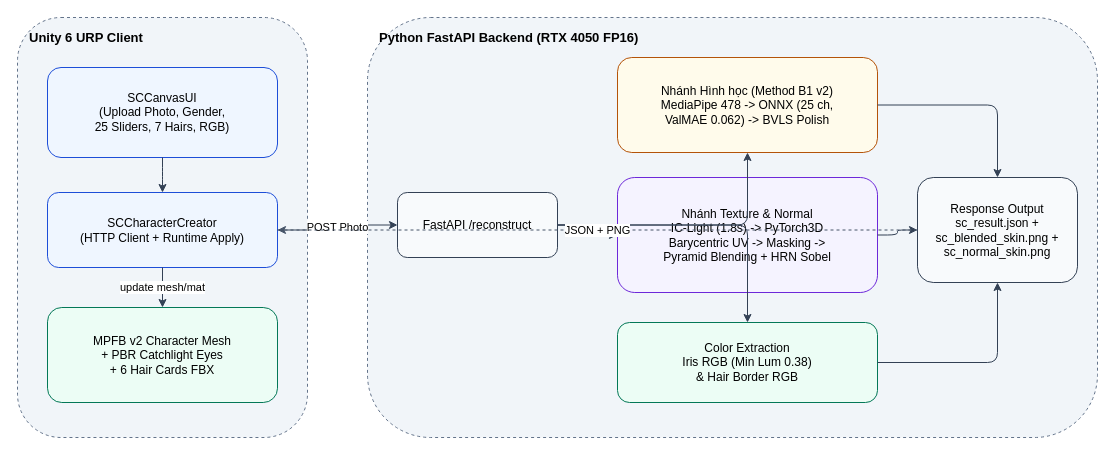
Above: Diagrams/drawio/10_pipeline_smart_customization.drawio in ThienVan1208/DACN-261-Report (draw.io), before the change. Source tidied: cells renumbered, new cells numbered last; positions are measured from the earlier drawing's top-left corner, leaving out a move shared by most shapes. Both pictures are drawn from the tidied source at 100%, with x=0, y=0 at pixel (17, 17).
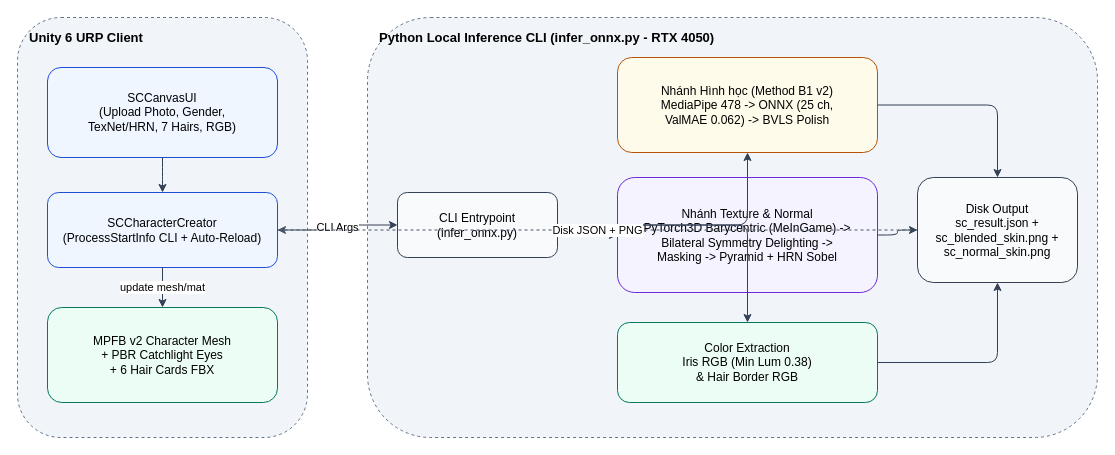
The same page after the edit.

Diff of the diagram source:
```diff
@@
-    <mxCell id="3" value="Python FastAPI Backend (RTX 4050 FP16)" style="rounded=1;whiteSpace=wrap;html=1;verticalAlign=top;align=left;spacingLeft=10;spacingTop=6;fontStyle=1;fillColor=#f1f5f9;strokeColor=#64748b;dashed=1;fontSize=13;" parent="1" vertex="1">
+    <mxCell id="3" value="Python Local Inference CLI (infer_onnx.py - RTX 4050)" style="rounded=1;whiteSpace=wrap;html=1;verticalAlign=top;align=left;spacingLeft=10;spacingTop=6;fontStyle=1;fillColor=#f1f5f9;strokeColor=#64748b;dashed=1;fontSize=13;" parent="1" vertex="1">
       <mxGeometry x="350" width="730" height="420" as="geometry" />
     </mxCell>
-    <mxCell id="4" value="SCCanvasUI&#10;(Upload Photo, Gender,&#10;25 Sliders, 7 Hairs, RGB)" style="rounded=1;whiteSpace=wrap;html=1;fillColor=#eff6ff;strokeColor=#1d4ed8;fontSize=12;fontFamily=Helvetica;" parent="1" vertex="1">
+    <mxCell id="4" value="SCCanvasUI&#10;(Upload Photo, Gender,&#10;TexNet/HRN, 7 Hairs, RGB)" style="rounded=1;whiteSpace=wrap;html=1;fillColor=#eff6ff;strokeColor=#1d4ed8;fontSize=12;fontFamily=Helvetica;" parent="1" vertex="1">
       <mxGeometry x="30" y="50" width="230" height="90" as="geometry" />
     </mxCell>
-    <mxCell id="5" value="SCCharacterCreator&#10;(HTTP Client + Runtime Apply)" style="rounded=1;whiteSpace=wrap;html=1;fillColor=#eff6ff;strokeColor=#1d4ed8;fontSize=12;fontFamily=Helvetica;" parent="1" vertex="1">
+    <mxCell id="5" value="SCCharacterCreator&#10;(ProcessStartInfo CLI + Auto-Reload)" style="rounded=1;whiteSpace=wrap;html=1;fillColor=#eff6ff;strokeColor=#1d4ed8;fontSize=12;fontFamily=Helvetica;" parent="1" vertex="1">
       <mxGeometry x="30" y="175" width="230" height="75" as="geometry" />
     </mxCell>
@@
-    <mxCell id="7" value="FastAPI /reconstruct" style="rounded=1;whiteSpace=wrap;html=1;fillColor=#f8fafc;strokeColor=#334155;fontSize=12;fontFamily=Helvetica;" parent="1" vertex="1">
+    <mxCell id="7" value="CLI Entrypoint&#10;(infer_onnx.py)" style="rounded=1;whiteSpace=wrap;html=1;fillColor=#f8fafc;strokeColor=#334155;fontSize=12;fontFamily=Helvetica;" parent="1" vertex="1">
       <mxGeometry x="380" y="175" width="160" height="65" as="geometry" />
     </mxCell>
@@
-    <mxCell id="9" value="Nhánh Texture &amp; Normal&#10;IC-Light (1.8s) -&gt; PyTorch3D&#10;Barycentric UV -&gt; Masking -&gt;&#10;Pyramid Blending + HRN Sobel" style="rounded=1;whiteSpace=wrap;html=1;fillColor=#f5f3ff;strokeColor=#6d28d9;fontSize=12;fontFamily=Helvetica;" parent="1" vertex="1">
+    <mxCell id="9" value="Nhánh Texture &amp; Normal&#10;PyTorch3D Barycentric (MeInGame) -&gt;&#10;Bilateral Symmetry Delighting -&gt;&#10;Masking -&gt; Pyramid + HRN Sobel" style="rounded=1;whiteSpace=wrap;html=1;fillColor=#f5f3ff;strokeColor=#6d28d9;fontSize=12;fontFamily=Helvetica;" parent="1" vertex="1">
       <mxGeometry x="600" y="160" width="260" height="115" as="geometry" />
     </mxCell>
@@
-    <mxCell id="11" value="Response Output&#10;sc_result.json +&#10;sc_blended_skin.png +&#10;sc_normal_skin.png" style="rounded=1;whiteSpace=wrap;html=1;fillColor=#f8fafc;strokeColor=#334155;fontSize=12;fontFamily=Helvetica;" parent="1" vertex="1">
+    <mxCell id="11" value="Disk Output&#10;sc_result.json +&#10;sc_blended_skin.png +&#10;sc_normal_skin.png" style="rounded=1;whiteSpace=wrap;html=1;fillColor=#f8fafc;strokeColor=#334155;fontSize=12;fontFamily=Helvetica;" parent="1" vertex="1">
       <mxGeometry x="900" y="160" width="160" height="105" as="geometry" />
     </mxCell>
@@
-    <mxCell id="13" value="POST Photo" style="edgeStyle=orthogonalEdgeStyle;rounded=1;jettySize=auto;html=1;strokeColor=#334155;fontSize=11;" parent="1" edge="1" source="5" target="7">
+    <mxCell id="13" value="CLI Args" style="edgeStyle=orthogonalEdgeStyle;rounded=1;jettySize=auto;html=1;strokeColor=#334155;fontSize=11;" parent="1" edge="1" source="5" target="7">
       <mxGeometry relative="1" as="geometry" />
     </mxCell>
@@
-    <mxCell id="20" value="JSON + PNG" style="edgeStyle=orthogonalEdgeStyle;rounded=1;dashed=1;html=1;strokeColor=#475569;fontSize=11;" parent="1" edge="1" source="11" target="5">
+    <mxCell id="20" value="Disk JSON + PNG" style="edgeStyle=orthogonalEdgeStyle;rounded=1;dashed=1;html=1;strokeColor=#475569;fontSize=11;" parent="1" edge="1" source="11" target="5">
       <mxGeometry relative="1" as="geometry" />
     </mxCell>
```
